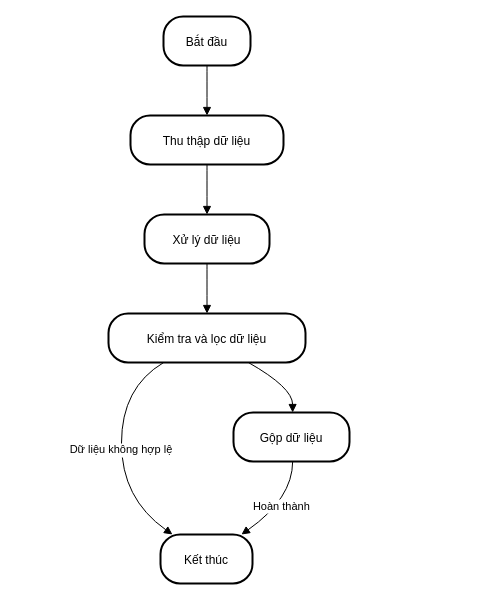
This is fkpktk/Untitled Diagram.drawio from frozenproof/dactaphanmem, a draw.io file, before an edit. Source tidied: cells renumbered, new cells numbered last; positions are measured from the earlier drawing's top-left corner, leaving out a move shared by most shapes. Both pictures are drawn from the tidied source at 100%, with x=0, y=0 at pixel (108, 16). Pictures stored in the file or linked from it are replaced by grey dashed boxes.
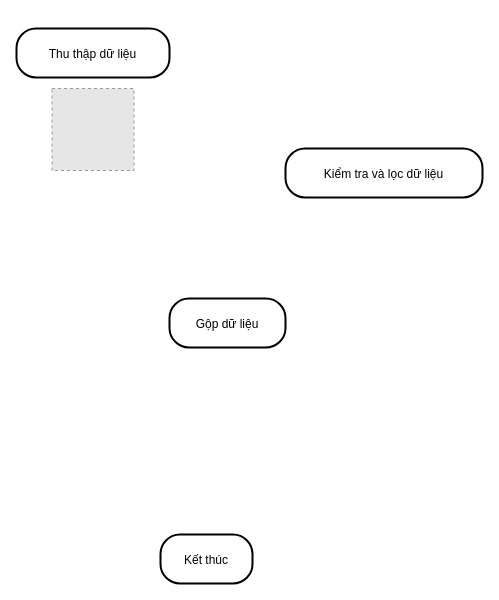
The same diagram, later.

Diff of the diagram source:
```diff
@@
 <mxGraphModel>
   <root>
     <mxCell id="0" />
     <mxCell id="1" parent="0" />
-    <mxCell id="2" value="Bắt đầu" style="rounded=1;arcSize=40;strokeWidth=2;" parent="1" vertex="1">
-      <mxGeometry x="55" width="87" height="49" as="geometry" />
-    </mxCell>
     <mxCell id="3" value="Thu thập dữ liệu" style="rounded=1;arcSize=40;strokeWidth=2;" parent="1" vertex="1">
-      <mxGeometry x="22" y="99" width="153" height="49" as="geometry" />
+      <mxGeometry x="-92" y="12" width="153" height="49" as="geometry" />
     </mxCell>
-    <mxCell id="4" value="Xử lý dữ liệu" style="rounded=1;arcSize=40;strokeWidth=2;" parent="1" vertex="1">
-      <mxGeometry x="36" y="198" width="125" height="49" as="geometry" />
-    </mxCell>
     <mxCell id="5" value="Kiểm tra và lọc dữ liệu" style="rounded=1;arcSize=40;strokeWidth=2;" parent="1" vertex="1">
-      <mxGeometry y="297" width="197" height="49" as="geometry" />
+      <mxGeometry x="177" y="132" width="197" height="49" as="geometry" />
     </mxCell>
     <mxCell id="6" value="Gộp dữ liệu" style="rounded=1;arcSize=40;strokeWidth=2;" parent="1" vertex="1">
-      <mxGeometry x="125" y="396" width="116" height="49" as="geometry" />
+      <mxGeometry x="61" y="282" width="116" height="49" as="geometry" />
     </mxCell>
     <mxCell id="7" value="Kết thúc" style="rounded=1;arcSize=40;strokeWidth=2;" parent="1" vertex="1">
       <mxGeometry x="52" y="518" width="92" height="49" as="geometry" />
     </mxCell>
-    <mxCell id="8" style="curved=1;startArrow=none;endArrow=block;exitX=0.5;exitY=1;entryX=0.5;entryY=0;" parent="1" edge="1" source="2" target="3">
-      <mxGeometry relative="1" as="geometry" />
-    </mxCell>
-    <mxCell id="9" style="curved=1;startArrow=none;endArrow=block;exitX=0.5;exitY=1;entryX=0.5;entryY=0;" parent="1" edge="1" source="3" target="4">
-      <mxGeometry relative="1" as="geometry" />
-    </mxCell>
-    <mxCell id="10" style="curved=1;startArrow=none;endArrow=block;exitX=0.5;exitY=1;entryX=0.5;entryY=0;" parent="1" edge="1" source="4" target="5">
-      <mxGeometry relative="1" as="geometry" />
-    </mxCell>
-    <mxCell id="11" style="curved=1;startArrow=none;endArrow=block;exitX=0.71;exitY=1;entryX=0.51;entryY=0;" parent="1" edge="1" source="5" target="6">
-      <mxGeometry relative="1" as="geometry">
-        <Array as="points">
-          <mxPoint x="184" y="371" />
-        </Array>
-      </mxGeometry>
-    </mxCell>
-    <mxCell id="12" value="Dữ liệu không hợp lệ" style="curved=1;startArrow=none;endArrow=block;exitX=0.28;exitY=1;entryX=0.13;entryY=0;" parent="1" edge="1" source="5" target="7">
-      <mxGeometry relative="1" as="geometry">
-        <Array as="points">
-          <mxPoint x="13" y="371" />
-          <mxPoint x="13" y="482" />
-        </Array>
-      </mxGeometry>
-    </mxCell>
-    <mxCell id="13" value="Hoàn thành" style="curved=1;startArrow=none;endArrow=block;exitX=0.51;exitY=1;entryX=0.88;entryY=0;" parent="1" edge="1" source="6" target="7">
-      <mxGeometry relative="1" as="geometry">
-        <Array as="points">
-          <mxPoint x="184" y="482" />
-        </Array>
-      </mxGeometry>
-    </mxCell>
+    <mxCell id="14" style="fillColor=#E6E6E6;strokeColor=#999999;dashed=1;verticalLabelPosition=bottom;labelBackgroundColor=default;verticalAlign=top;" parent="1" vertex="1">
+      <mxGeometry x="-56.5" y="72" width="82" height="82" as="geometry" />
+    </mxCell>
   </root>
 </mxGraphModel>
```
